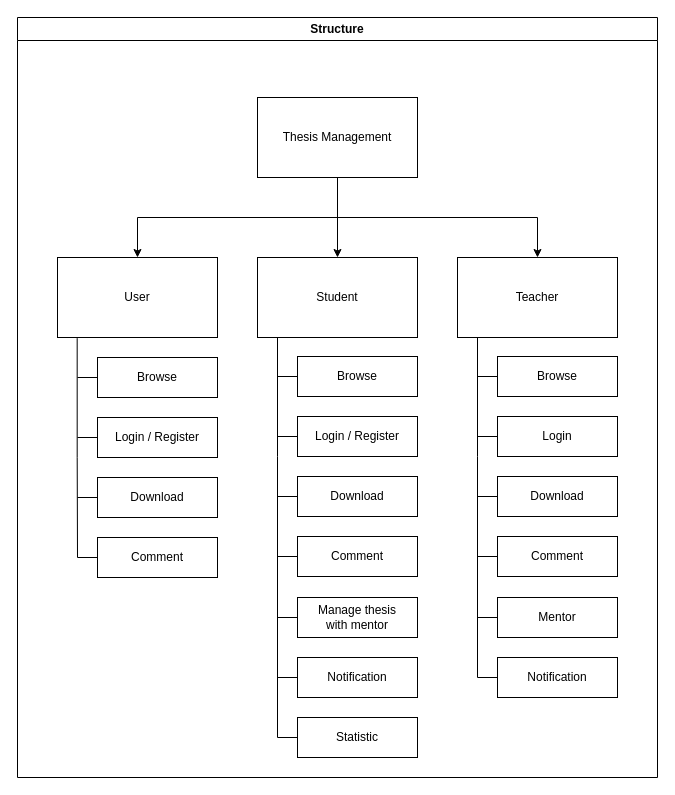
Earlier version of the draw.io diagram page "หน้า-1" (1 of 2) of use-case.drawio (Dibkk/diagram-thesis). Source tidied: cells renumbered, new cells numbered last; positions are measured from the earlier drawing's top-left corner, leaving out a move shared by most shapes. Both pictures are drawn from the tidied source at 100%, with x=0, y=0 at pixel (17, 17).
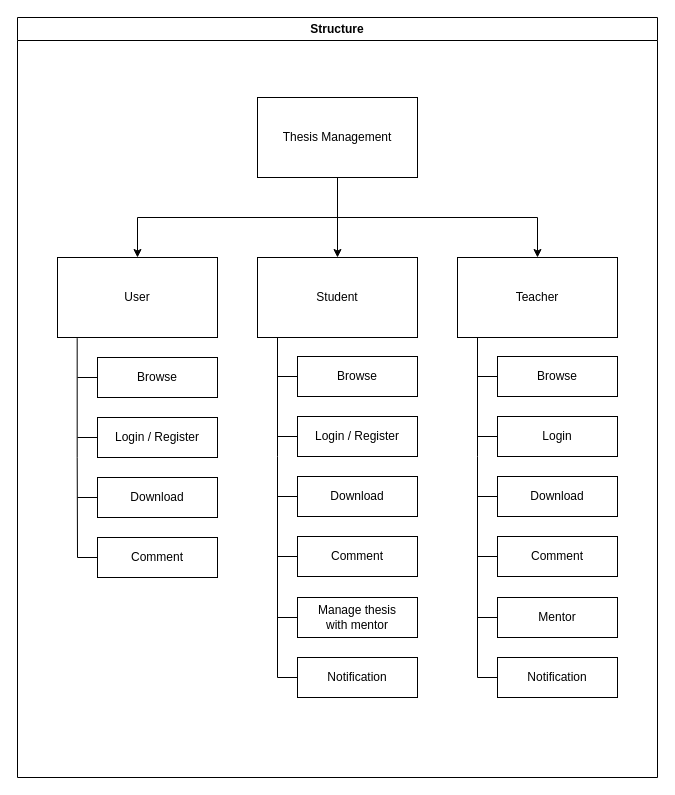
Above is the later version.

The change refers to these unchanged cells:
```xml
<mxCell id="2" value="Structure" style="swimlane;whiteSpace=wrap;html=1;" parent="1" vertex="1">
  <mxGeometry width="640" height="760" as="geometry" />
</mxCell>
```

What changed in the source:
```diff
@@
     <mxCell id="27" style="edgeStyle=orthogonalEdgeStyle;rounded=0;orthogonalLoop=1;jettySize=auto;html=1;exitX=0.123;exitY=1.008;exitDx=0;exitDy=0;endArrow=none;endFill=0;exitPerimeter=0;" parent="2" edge="1">
       <mxGeometry relative="1" as="geometry">
         <mxPoint x="260" y="320" as="sourcePoint" />
-        <mxPoint x="260" y="720" as="targetPoint" />
+        <mxPoint x="260" y="660" as="targetPoint" />
         <Array as="points">
           <mxPoint x="260" y="439" />
           <mxPoint x="260" y="559" />
         </Array>
       </mxGeometry>
     </mxCell>
@@
-    <mxCell id="39" value="Statistic" style="whiteSpace=wrap;html=1;rounded=0;" parent="2" vertex="1">
-      <mxGeometry x="280" y="700" width="120" height="40" as="geometry" />
-    </mxCell>
@@
-    <mxCell id="42" style="endArrow=none;html=1;rounded=0;" parent="2" edge="1" target="39">
-      <mxGeometry relative="1" as="geometry">
-        <mxPoint x="260" y="720" as="sourcePoint" />
-      </mxGeometry>
-    </mxCell>
```
